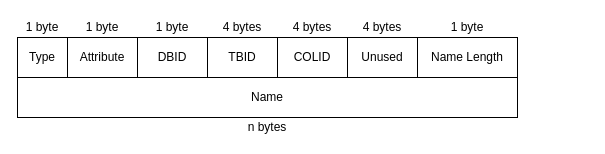
Above: docs/draw.io/页结构-元数据.drawio in caoaolong/csdb-teach (draw.io), before the change. Source tidied: cells renumbered, new cells numbered last; positions are measured from the earlier drawing's top-left corner, leaving out a move shared by most shapes. Both pictures are drawn from the tidied source at 100%, with x=0, y=0 at pixel (17, 17).
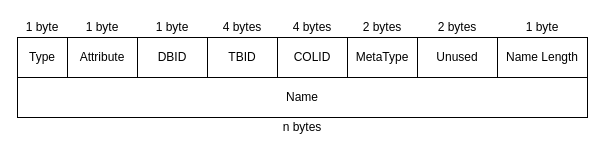
After the change.

The change refers to these unchanged cells:
```xml
<mxCell id="23" style="group;" parent="1" vertex="1">
  <mxGeometry x="330" width="70" height="60" as="geometry" />
</mxCell>
```

Change to the diagram source:
```diff
@@
     <mxCell id="5" style="group;" parent="1" vertex="1">
-      <mxGeometry x="400" width="100" height="60" as="geometry" />
+      <mxGeometry x="480" width="90" height="60" as="geometry" />
     </mxCell>
     <mxCell id="6" value="Name Length" style="rounded=0;whiteSpace=wrap;html=1;" parent="5" vertex="1">
-      <mxGeometry y="20" width="100" height="40" as="geometry" />
+      <mxGeometry y="20" width="90" height="40" as="geometry" />
     </mxCell>
     <mxCell id="7" value="1 byte" style="text;html=1;align=center;verticalAlign=middle;whiteSpace=wrap;rounded=0;" parent="5" vertex="1">
-      <mxGeometry width="100" height="20" as="geometry" />
+      <mxGeometry width="90" height="20" as="geometry" />
     </mxCell>
@@
     <mxCell id="11" style="group;" parent="1" vertex="1">
-      <mxGeometry y="60" width="500" height="60" as="geometry" />
+      <mxGeometry y="60" width="570" height="60" as="geometry" />
     </mxCell>
     <mxCell id="12" value="n bytes" style="text;html=1;align=center;verticalAlign=middle;whiteSpace=wrap;rounded=0;" parent="11" vertex="1">
-      <mxGeometry y="40" width="500" height="20" as="geometry" />
+      <mxGeometry y="40" width="570" height="20" as="geometry" />
     </mxCell>
     <mxCell id="13" value="Name" style="rounded=0;whiteSpace=wrap;html=1;" parent="11" vertex="1">
-      <mxGeometry width="500" height="40" as="geometry" />
+      <mxGeometry width="570" height="40" as="geometry" />
     </mxCell>
@@
-    <mxCell id="24" value="Unused" style="rounded=0;whiteSpace=wrap;html=1;" parent="23" vertex="1">
+    <mxCell id="24" value="MetaType" style="rounded=0;whiteSpace=wrap;html=1;" parent="23" vertex="1">
       <mxGeometry y="20" width="70" height="40" as="geometry" />
     </mxCell>
-    <mxCell id="25" value="4 bytes" style="text;html=1;align=center;verticalAlign=middle;whiteSpace=wrap;rounded=0;" parent="23" vertex="1">
+    <mxCell id="25" value="2 bytes" style="text;html=1;align=center;verticalAlign=middle;whiteSpace=wrap;rounded=0;" parent="23" vertex="1">
       <mxGeometry width="70" height="20" as="geometry" />
     </mxCell>
+    <mxCell id="26" style="group;" parent="1" vertex="1">
+      <mxGeometry x="400" width="80" height="60" as="geometry" />
+    </mxCell>
+    <mxCell id="27" value="Unused" style="rounded=0;whiteSpace=wrap;html=1;" parent="26" vertex="1">
+      <mxGeometry y="20" width="80" height="40" as="geometry" />
+    </mxCell>
+    <mxCell id="28" value="2 bytes" style="text;html=1;align=center;verticalAlign=middle;whiteSpace=wrap;rounded=0;" parent="26" vertex="1">
+      <mxGeometry width="80" height="20" as="geometry" />
+    </mxCell>
```
